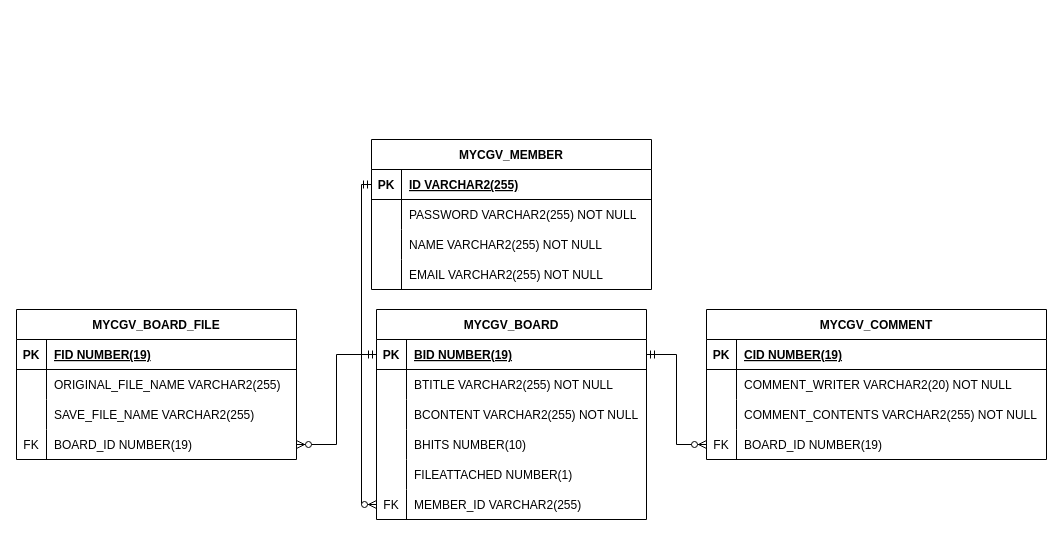
Earlier version of the draw.io diagram CGV_ERD.drawio (jaehyeonkim0/mycgv). Source tidied: cells renumbered, new cells numbered last; positions are measured from the earlier drawing's top-left corner, leaving out a move shared by most shapes. Both pictures are drawn from the tidied source at 100%, with x=0, y=0 at pixel (16, 139).
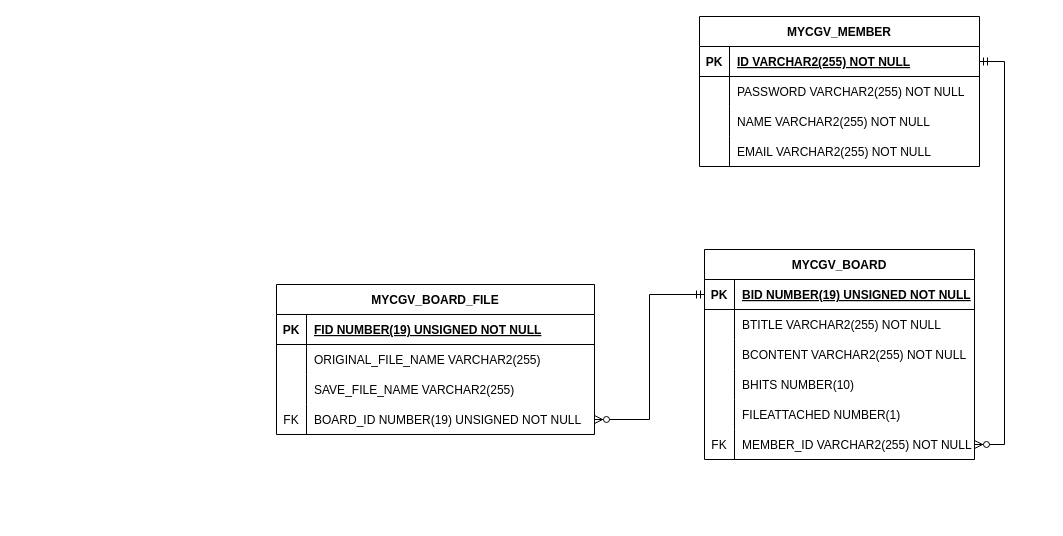
The same page after the edit.

Unchanged cells that the change refers to:
```xml
<mxCell id="3" style="shape=partialRectangle;fillColor=none;points=[[0,0.5],[1,0.5]];portConstraint=eastwest;top=0;left=0;right=0;bottom=1;" parent="2" vertex="1">
  <mxGeometry y="30" width="270" height="30" as="geometry" />
</mxCell>
<mxCell id="18" style="shape=partialRectangle;fillColor=none;points=[[0,0.5],[1,0.5]];portConstraint=eastwest;top=0;left=0;right=0;bottom=0;" parent="2" vertex="1">
  <mxGeometry y="180" width="270" height="30" as="geometry" />
</mxCell>
<mxCell id="35" style="shape=partialRectangle;fillColor=none;points=[[0,0.5],[1,0.5]];portConstraint=eastwest;top=0;left=0;right=0;bottom=1;" parent="34" vertex="1">
  <mxGeometry y="30" width="280" height="30" as="geometry" />
</mxCell>
```

What changed in the source:
```diff
@@
     <mxCell id="2" value="MYCGV_BOARD" style="shape=table;startSize=30;childLayout=tableLayout;rowLines=0;fontStyle=1;align=center;" parent="1" vertex="1">
-      <mxGeometry x="360" y="170" width="270" height="210" as="geometry" />
+      <mxGeometry x="688" y="110" width="270" height="210" as="geometry" />
     </mxCell>
@@
-    <mxCell id="5" value="BID NUMBER(19)" style="shape=partialRectangle;overflow=hidden;fillColor=none;top=0;left=0;bottom=0;right=0;align=left;spacingLeft=6;fontStyle=5;" parent="3" vertex="1">
+    <mxCell id="5" value="BID NUMBER(19) UNSIGNED NOT NULL" style="shape=partialRectangle;overflow=hidden;fillColor=none;top=0;left=0;bottom=0;right=0;align=left;spacingLeft=6;fontStyle=5;" parent="3" vertex="1">
       <mxGeometry x="30" width="240" height="30" as="geometry" />
     </mxCell>
@@
-    <mxCell id="20" value="MEMBER_ID VARCHAR2(255)" style="shape=partialRectangle;overflow=hidden;fillColor=none;top=0;left=0;bottom=0;right=0;align=left;spacingLeft=6;" parent="18" vertex="1">
+    <mxCell id="20" value="MEMBER_ID VARCHAR2(255) NOT NULL" style="shape=partialRectangle;overflow=hidden;fillColor=none;top=0;left=0;bottom=0;right=0;align=left;spacingLeft=6;" parent="18" vertex="1">
       <mxGeometry x="30" width="240" height="30" as="geometry" />
     </mxCell>
-    <mxCell id="21" value="MYCGV_COMMENT" style="shape=table;startSize=30;childLayout=tableLayout;rowLines=0;fontStyle=1;align=center;" parent="1" vertex="1">
-      <mxGeometry x="690" y="170" width="340" height="150" as="geometry" />
-    </mxCell>
-    <mxCell id="22" style="shape=partialRectangle;fillColor=none;top=0;left=0;right=0;bottom=1;" parent="21" vertex="1">
-      <mxGeometry y="30" width="340" height="30" as="geometry" />
-    </mxCell>
-    <mxCell id="23" value="PK" style="shape=partialRectangle;overflow=hidden;fillColor=none;top=0;left=0;bottom=0;right=0;fontStyle=1;" parent="22" vertex="1">
-      <mxGeometry width="30" height="30" as="geometry" />
-    </mxCell>
-    <mxCell id="24" value="CID NUMBER(19)" style="shape=partialRectangle;overflow=hidden;fillColor=none;top=0;left=0;bottom=0;right=0;align=left;spacingLeft=6;fontStyle=5;" parent="22" vertex="1">
-      <mxGeometry x="30" width="310" height="30" as="geometry" />
-    </mxCell>
-    <mxCell id="25" style="shape=partialRectangle;fillColor=none;top=0;left=0;right=0;bottom=0;" parent="21" vertex="1">
-      <mxGeometry y="60" width="340" height="30" as="geometry" />
-    </mxCell>
-    <mxCell id="26" style="shape=partialRectangle;overflow=hidden;fillColor=none;top=0;left=0;bottom=0;right=0;" parent="25" vertex="1">
-      <mxGeometry width="30" height="30" as="geometry" />
-    </mxCell>
-    <mxCell id="27" value="COMMENT_WRITER VARCHAR2(20) NOT NULL" style="shape=partialRectangle;overflow=hidden;fillColor=none;top=0;left=0;bottom=0;right=0;align=left;spacingLeft=6;" parent="25" vertex="1">
-      <mxGeometry x="30" width="310" height="30" as="geometry" />
-    </mxCell>
-    <mxCell id="28" style="shape=partialRectangle;fillColor=none;top=0;left=0;right=0;bottom=0;" parent="21" vertex="1">
-      <mxGeometry y="90" width="340" height="30" as="geometry" />
-    </mxCell>
-    <mxCell id="29" style="shape=partialRectangle;overflow=hidden;fillColor=none;top=0;left=0;bottom=0;right=0;" parent="28" vertex="1">
-      <mxGeometry width="30" height="30" as="geometry" />
-    </mxCell>
-    <mxCell id="30" value="COMMENT_CONTENTS VARCHAR2(255) NOT NULL" style="shape=partialRectangle;overflow=hidden;fillColor=none;top=0;left=0;bottom=0;right=0;align=left;spacingLeft=6;" parent="28" vertex="1">
-      <mxGeometry x="30" width="310" height="30" as="geometry" />
-    </mxCell>
-    <mxCell id="31" style="shape=partialRectangle;fillColor=none;points=[[0,0.5],[1,0.5]];portConstraint=eastwest;top=0;left=0;right=0;bottom=0;" parent="21" vertex="1">
-      <mxGeometry y="120" width="340" height="30" as="geometry" />
-    </mxCell>
-    <mxCell id="32" value="FK" style="shape=partialRectangle;overflow=hidden;fillColor=none;top=0;left=0;bottom=0;right=0;" parent="31" vertex="1">
-      <mxGeometry width="30" height="30" as="geometry" />
-    </mxCell>
-    <mxCell id="33" value="BOARD_ID NUMBER(19)" style="shape=partialRectangle;overflow=hidden;fillColor=none;top=0;left=0;bottom=0;right=0;align=left;spacingLeft=6;" parent="31" vertex="1">
-      <mxGeometry x="30" width="310" height="30" as="geometry" />
-    </mxCell>
     <mxCell id="34" value="MYCGV_MEMBER" style="shape=table;startSize=30;childLayout=tableLayout;rowLines=0;fontStyle=1;align=center;" parent="1" vertex="1">
-      <mxGeometry x="355" width="280" height="150" as="geometry" />
+      <mxGeometry x="683" y="-123" width="280" height="150" as="geometry" />
     </mxCell>
@@
-    <mxCell id="37" value="ID VARCHAR2(255)" style="shape=partialRectangle;overflow=hidden;fillColor=none;top=0;left=0;bottom=0;right=0;align=left;spacingLeft=6;fontStyle=5;fontColor=default;" parent="35" vertex="1">
+    <mxCell id="37" value="ID VARCHAR2(255) NOT NULL" style="shape=partialRectangle;overflow=hidden;fillColor=none;top=0;left=0;bottom=0;right=0;align=left;spacingLeft=6;fontStyle=5;fontColor=default;" parent="35" vertex="1">
       <mxGeometry x="30" width="250" height="30" as="geometry" />
     </mxCell>
@@
     <mxCell id="47" value="MYCGV_BOARD_FILE" style="shape=table;startSize=30;childLayout=tableLayout;rowLines=0;fontStyle=1;align=center;" parent="1" vertex="1">
-      <mxGeometry y="170" width="280" height="150" as="geometry" />
+      <mxGeometry x="260" y="145" width="318" height="150" as="geometry" />
     </mxCell>
     <mxCell id="48" style="shape=partialRectangle;fillColor=none;top=0;left=0;right=0;bottom=1;" parent="47" vertex="1">
-      <mxGeometry y="30" width="280" height="30" as="geometry" />
+      <mxGeometry y="30" width="318" height="30" as="geometry" />
     </mxCell>
@@
-    <mxCell id="50" value="FID NUMBER(19)" style="shape=partialRectangle;overflow=hidden;fillColor=none;top=0;left=0;bottom=0;right=0;align=left;spacingLeft=6;fontStyle=5;" parent="48" vertex="1">
-      <mxGeometry x="30" width="250" height="30" as="geometry" />
+    <mxCell id="50" value="FID NUMBER(19) UNSIGNED NOT NULL" style="shape=partialRectangle;overflow=hidden;fillColor=none;top=0;left=0;bottom=0;right=0;align=left;spacingLeft=6;fontStyle=5;" parent="48" vertex="1">
+      <mxGeometry x="30" width="288" height="30" as="geometry" />
     </mxCell>
     <mxCell id="51" style="shape=partialRectangle;fillColor=none;top=0;left=0;right=0;bottom=0;" parent="47" vertex="1">
-      <mxGeometry y="60" width="280" height="30" as="geometry" />
+      <mxGeometry y="60" width="318" height="30" as="geometry" />
     </mxCell>
@@
     <mxCell id="53" value="ORIGINAL_FILE_NAME VARCHAR2(255)" style="shape=partialRectangle;overflow=hidden;fillColor=none;top=0;left=0;bottom=0;right=0;align=left;spacingLeft=6;" parent="51" vertex="1">
-      <mxGeometry x="30" width="250" height="30" as="geometry" />
+      <mxGeometry x="30" width="288" height="30" as="geometry" />
     </mxCell>
     <mxCell id="54" style="shape=partialRectangle;fillColor=none;top=0;left=0;right=0;bottom=0;" parent="47" vertex="1">
-      <mxGeometry y="90" width="280" height="30" as="geometry" />
+      <mxGeometry y="90" width="318" height="30" as="geometry" />
     </mxCell>
@@
     <mxCell id="56" value="SAVE_FILE_NAME VARCHAR2(255)" style="shape=partialRectangle;overflow=hidden;fillColor=none;top=0;left=0;bottom=0;right=0;align=left;spacingLeft=6;" parent="54" vertex="1">
-      <mxGeometry x="30" width="250" height="30" as="geometry" />
+      <mxGeometry x="30" width="288" height="30" as="geometry" />
     </mxCell>
     <mxCell id="57" style="shape=partialRectangle;fillColor=none;points=[[0,0.5],[1,0.5]];portConstraint=eastwest;top=0;left=0;right=0;bottom=0;" parent="47" vertex="1">
-      <mxGeometry y="120" width="280" height="30" as="geometry" />
+      <mxGeometry y="120" width="318" height="30" as="geometry" />
     </mxCell>
@@
-    <mxCell id="59" value="BOARD_ID NUMBER(19)" style="shape=partialRectangle;overflow=hidden;fillColor=none;top=0;left=0;bottom=0;right=0;align=left;spacingLeft=6;" parent="57" vertex="1">
-      <mxGeometry x="30" width="250" height="30" as="geometry" />
+    <mxCell id="59" value="BOARD_ID NUMBER(19) UNSIGNED NOT NULL" style="shape=partialRectangle;overflow=hidden;fillColor=none;top=0;left=0;bottom=0;right=0;align=left;spacingLeft=6;" parent="57" vertex="1">
+      <mxGeometry x="30" width="288" height="30" as="geometry" />
     </mxCell>
+    <mxCell id="62" style="edgeStyle=orthogonalEdgeStyle;fontSize=12;html=1;endArrow=ERzeroToMany;startArrow=ERmandOne;rounded=0;entryX=1;entryY=0.5;entryDx=0;entryDy=0;exitX=0;exitY=0.5;exitDx=0;exitDy=0;" parent="1" edge="1" source="3" target="57">
+      <mxGeometry relative="1" as="geometry" />
+    </mxCell>
-    <mxCell id="60" style="edgeStyle=orthogonalEdgeStyle;fontSize=12;html=1;endArrow=ERzeroToMany;startArrow=ERmandOne;rounded=0;entryX=0;entryY=0.5;entryDx=0;entryDy=0;exitX=0;exitY=0.5;exitDx=0;exitDy=0;" parent="1" edge="1" source="35" target="18">
-      <mxGeometry relative="1" as="geometry" />
+    <mxCell id="60" style="edgeStyle=orthogonalEdgeStyle;fontSize=12;html=1;endArrow=ERzeroToMany;startArrow=ERmandOne;rounded=0;exitX=1;exitY=0.5;exitDx=0;exitDy=0;entryX=1;entryY=0.5;entryDx=0;entryDy=0;" parent="1" edge="1" source="35" target="18">
+      <mxGeometry relative="1" as="geometry">
+        <Array as="points">
+          <mxPoint x="988" y="-78" />
+          <mxPoint x="988" y="305" />
+        </Array>
+      </mxGeometry>
     </mxCell>
-    <mxCell id="61" style="edgeStyle=orthogonalEdgeStyle;fontSize=12;html=1;endArrow=ERzeroToMany;startArrow=ERmandOne;rounded=0;entryX=0;entryY=0.5;entryDx=0;entryDy=0;exitX=1;exitY=0.5;exitDx=0;exitDy=0;" parent="1" edge="1" source="3" target="31">
-      <mxGeometry relative="1" as="geometry" />
-    </mxCell>
-    <mxCell id="62" style="edgeStyle=orthogonalEdgeStyle;fontSize=12;html=1;endArrow=ERzeroToMany;startArrow=ERmandOne;rounded=0;entryX=1;entryY=0.5;entryDx=0;entryDy=0;exitX=0;exitY=0.5;exitDx=0;exitDy=0;" parent="1" edge="1" source="3" target="57">
-      <mxGeometry relative="1" as="geometry" />
-    </mxCell>
```
